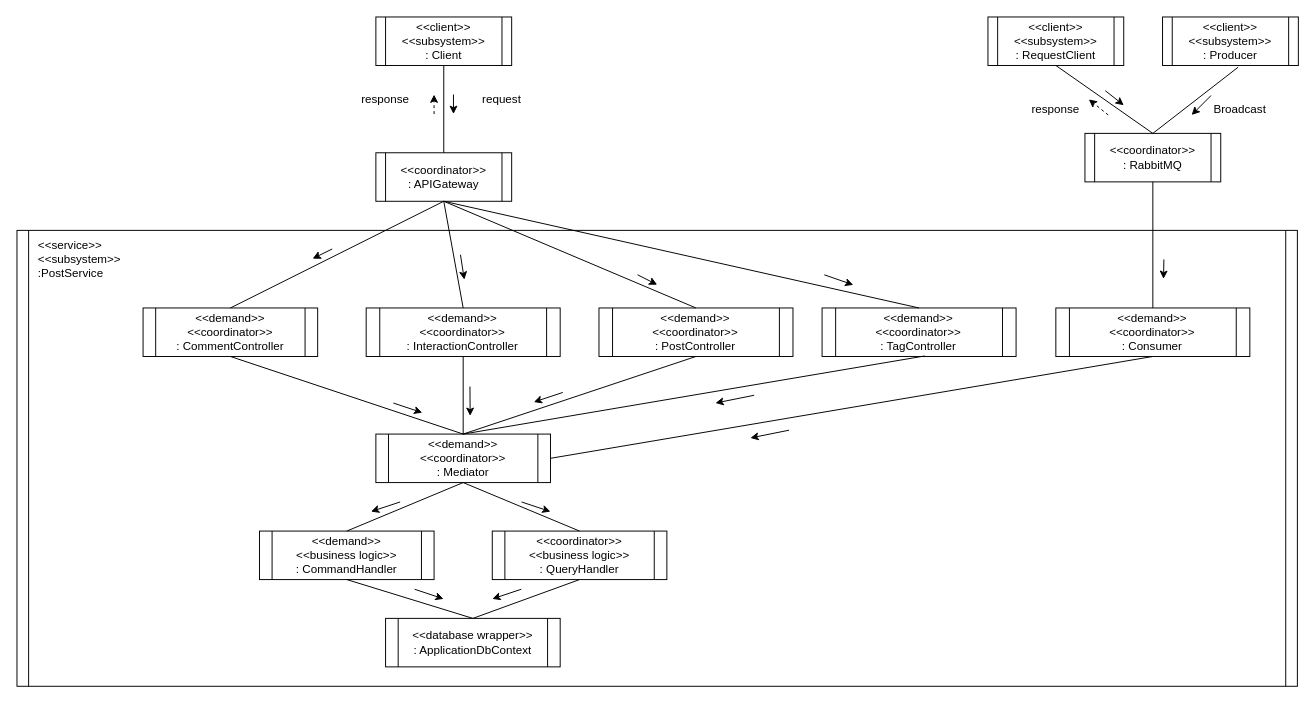
The draw.io diagram docs/Subsystem Diagram/Post.subsystem.drawio in Carl-Johnsons/Chat-Application, before the edit. Source tidied: cells renumbered, new cells numbered last; positions are measured from the earlier drawing's top-left corner, leaving out a move shared by most shapes. Both pictures are drawn from the tidied source at 97%, with x=0, y=0 at pixel (16, 16).
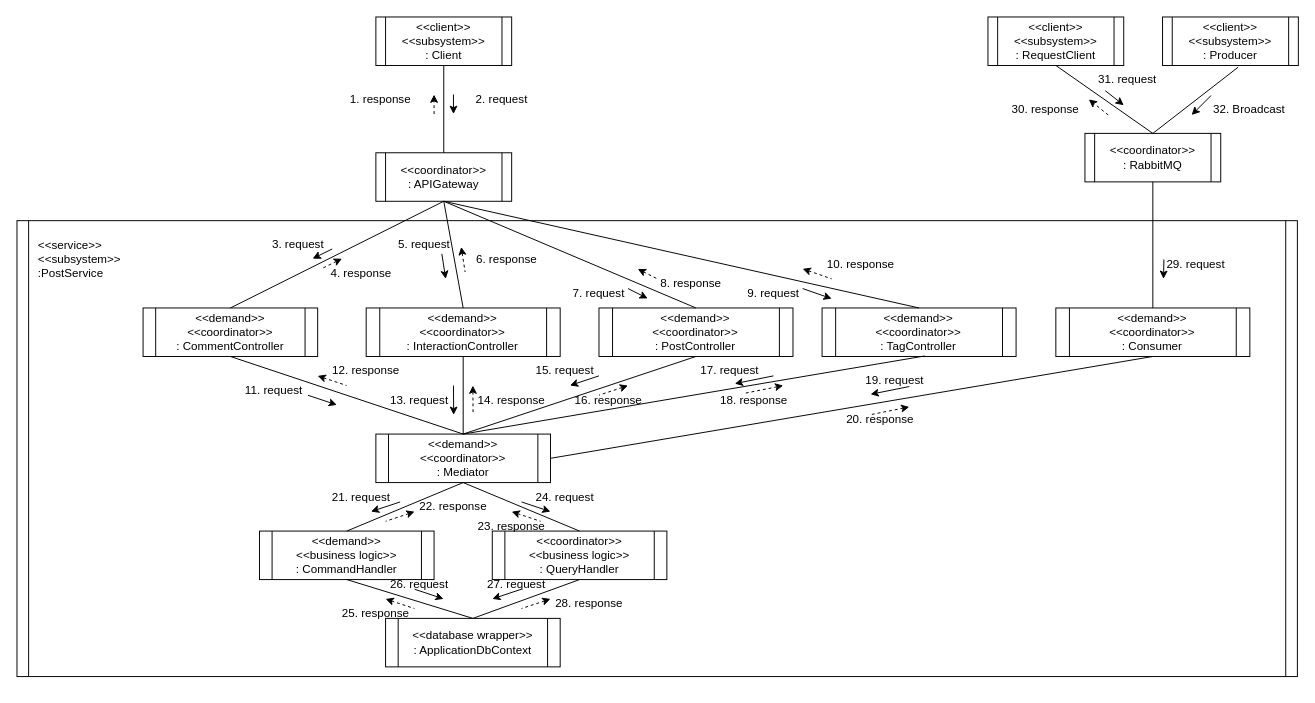
The same page after the edit.

What changed in the source:
```diff
@@
     <mxCell id="2" style="shape=process;whiteSpace=wrap;html=1;backgroundOutline=1;size=0.009009009009009009;" parent="1" vertex="1">
-      <mxGeometry y="220" width="1320" height="470" as="geometry" />
+      <mxGeometry y="210" width="1320" height="470" as="geometry" />
     </mxCell>
@@
-    <mxCell id="26" value="request" style="text;html=1;strokeColor=none;fillColor=none;align=center;verticalAlign=middle;whiteSpace=wrap;rounded=0;" parent="1" vertex="1">
+    <mxCell id="26" value="2. request" style="text;html=1;strokeColor=none;fillColor=none;align=center;verticalAlign=middle;whiteSpace=wrap;rounded=0;" parent="1" vertex="1">
       <mxGeometry x="470" y="70" width="60" height="30" as="geometry" />
     </mxCell>
-    <mxCell id="27" value="response" style="text;html=1;strokeColor=none;fillColor=none;align=center;verticalAlign=middle;whiteSpace=wrap;rounded=0;" parent="1" vertex="1">
-      <mxGeometry x="350" y="70" width="60" height="30" as="geometry" />
+    <mxCell id="27" value="1. response" style="text;html=1;strokeColor=none;fillColor=none;align=center;verticalAlign=middle;whiteSpace=wrap;rounded=0;" parent="1" vertex="1">
+      <mxGeometry x="340" y="70" width="70" height="30" as="geometry" />
     </mxCell>
@@
-    <mxCell id="29" style="endArrow=classic;html=1;exitX=0.375;exitY=0.043;exitDx=0;exitDy=0;exitPerimeter=0;entryX=0.523;entryY=0.106;entryDx=0;entryDy=0;entryPerimeter=0;" parent="1" edge="1">
+    <mxCell id="29" style="endArrow=none;html=1;exitX=0.375;exitY=0.043;exitDx=0;exitDy=0;exitPerimeter=0;entryX=0.523;entryY=0.106;entryDx=0;entryDy=0;entryPerimeter=0;startArrow=classic;startFill=1;endFill=0;dashed=1;" parent="1" edge="1">
       <mxGeometry relative="1" as="geometry">
-        <mxPoint x="457.2" y="245.1" as="sourcePoint" />
-        <mxPoint x="461.2" y="270.8" as="targetPoint" />
+        <mxPoint x="458" y="237.1" as="sourcePoint" />
+        <mxPoint x="462" y="262.9" as="targetPoint" />
       </mxGeometry>
     </mxCell>
     <mxCell id="30" style="endArrow=classic;html=1;exitX=0.727;exitY=0.106;exitDx=0;exitDy=0;exitPerimeter=0;" parent="1" edge="1">
       <mxGeometry relative="1" as="geometry">
-        <mxPoint x="639.8" y="265.8" as="sourcePoint" />
-        <mxPoint x="660" y="276" as="targetPoint" />
+        <mxPoint x="630" y="280" as="sourcePoint" />
+        <mxPoint x="650.2" y="290.2" as="targetPoint" />
       </mxGeometry>
     </mxCell>
     <mxCell id="31" style="endArrow=classic;html=1;exitX=0.636;exitY=0.362;exitDx=0;exitDy=0;exitPerimeter=0;entryX=0.602;entryY=0.383;entryDx=0;entryDy=0;entryPerimeter=0;" parent="1" edge="1">
       <mxGeometry relative="1" as="geometry">
-        <mxPoint x="562.7" y="387.1" as="sourcePoint" />
-        <mxPoint x="532.8" y="397" as="targetPoint" />
+        <mxPoint x="600" y="370" as="sourcePoint" />
+        <mxPoint x="570.1" y="379.9" as="targetPoint" />
       </mxGeometry>
     </mxCell>
     <mxCell id="32" style="endArrow=classic;html=1;exitX=0.636;exitY=0.362;exitDx=0;exitDy=0;exitPerimeter=0;entryX=0.54;entryY=0.426;entryDx=0;entryDy=0;entryPerimeter=0;" parent="1" edge="1">
       <mxGeometry relative="1" as="geometry">
-        <mxPoint x="467" y="381" as="sourcePoint" />
-        <mxPoint x="467.2" y="411.2" as="targetPoint" />
+        <mxPoint x="450" y="380" as="sourcePoint" />
+        <mxPoint x="450.2" y="410.2" as="targetPoint" />
       </mxGeometry>
     </mxCell>
     <mxCell id="33" style="endArrow=classic;html=1;entryX=0.477;entryY=0.404;entryDx=0;entryDy=0;entryPerimeter=0;" parent="1" edge="1">
       <mxGeometry relative="1" as="geometry">
-        <mxPoint x="388" y="398" as="sourcePoint" />
-        <mxPoint x="417.8" y="407.9" as="targetPoint" />
+        <mxPoint x="300" y="390" as="sourcePoint" />
+        <mxPoint x="329.8" y="399.9" as="targetPoint" />
       </mxGeometry>
     </mxCell>
@@
     <mxCell id="40" style="endArrow=classic;html=1;exitX=0.776;exitY=0.106;exitDx=0;exitDy=0;exitPerimeter=0;" parent="1" edge="1">
       <mxGeometry relative="1" as="geometry">
-        <mxPoint x="832.3" y="265.8" as="sourcePoint" />
-        <mxPoint x="862.2" y="276.2" as="targetPoint" />
+        <mxPoint x="810" y="280" as="sourcePoint" />
+        <mxPoint x="839.9" y="290.4" as="targetPoint" />
       </mxGeometry>
     </mxCell>
@@
     <mxCell id="42" style="endArrow=classic;html=1;entryX=0.673;entryY=0.383;entryDx=0;entryDy=0;entryPerimeter=0;" parent="1" edge="1">
       <mxGeometry relative="1" as="geometry">
-        <mxPoint x="760" y="390" as="sourcePoint" />
-        <mxPoint x="720.1" y="398" as="targetPoint" />
+        <mxPoint x="779.9" y="370" as="sourcePoint" />
+        <mxPoint x="740" y="378" as="targetPoint" />
       </mxGeometry>
     </mxCell>
@@
-    <mxCell id="47" value="response" style="text;html=1;strokeColor=none;fillColor=none;align=center;verticalAlign=middle;whiteSpace=wrap;rounded=0;" parent="1" vertex="1">
-      <mxGeometry x="1041" y="80" width="60" height="30" as="geometry" />
+    <mxCell id="47" value="30. response" style="text;html=1;strokeColor=none;fillColor=none;align=center;verticalAlign=middle;whiteSpace=wrap;rounded=0;" parent="1" vertex="1">
+      <mxGeometry x="1020" y="80" width="81" height="30" as="geometry" />
     </mxCell>
-    <mxCell id="48" value="Broadcast" style="text;html=1;strokeColor=none;fillColor=none;align=center;verticalAlign=middle;whiteSpace=wrap;rounded=0;" parent="1" vertex="1">
-      <mxGeometry x="1231" y="80" width="60" height="30" as="geometry" />
+    <mxCell id="48" value="32. Broadcast" style="text;html=1;strokeColor=none;fillColor=none;align=center;verticalAlign=middle;whiteSpace=wrap;rounded=0;" parent="1" vertex="1">
+      <mxGeometry x="1231" y="80" width="79" height="30" as="geometry" />
     </mxCell>
@@
     <mxCell id="57" style="endArrow=classic;html=1;entryX=0.673;entryY=0.383;entryDx=0;entryDy=0;entryPerimeter=0;" parent="1" edge="1">
       <mxGeometry relative="1" as="geometry">
-        <mxPoint x="796" y="426" as="sourcePoint" />
-        <mxPoint x="756.1" y="434" as="targetPoint" />
+        <mxPoint x="919.9" y="381" as="sourcePoint" />
+        <mxPoint x="880" y="389" as="targetPoint" />
       </mxGeometry>
     </mxCell>
+    <mxCell id="58" style="endArrow=none;html=1;exitX=0.375;exitY=0.043;exitDx=0;exitDy=0;exitPerimeter=0;entryX=0.352;entryY=0.064;entryDx=0;entryDy=0;entryPerimeter=0;startArrow=classic;startFill=1;endFill=0;dashed=1;" parent="1" edge="1">
+      <mxGeometry relative="1" as="geometry">
+        <mxPoint x="335" y="249.2" as="sourcePoint" />
+        <mxPoint x="314.8" y="259.1" as="targetPoint" />
+      </mxGeometry>
+    </mxCell>
+    <mxCell id="59" style="endArrow=classic;html=1;exitX=0.375;exitY=0.043;exitDx=0;exitDy=0;exitPerimeter=0;entryX=0.523;entryY=0.106;entryDx=0;entryDy=0;entryPerimeter=0;" parent="1" edge="1">
+      <mxGeometry relative="1" as="geometry">
+        <mxPoint x="438" y="244.2" as="sourcePoint" />
+        <mxPoint x="442" y="270" as="targetPoint" />
+      </mxGeometry>
+    </mxCell>
+    <mxCell id="60" style="endArrow=none;html=1;exitX=0.727;exitY=0.106;exitDx=0;exitDy=0;exitPerimeter=0;startArrow=classic;startFill=1;endFill=0;dashed=1;" parent="1" edge="1">
+      <mxGeometry relative="1" as="geometry">
+        <mxPoint x="640" y="259.8" as="sourcePoint" />
+        <mxPoint x="660.2" y="270" as="targetPoint" />
+      </mxGeometry>
+    </mxCell>
+    <mxCell id="61" style="endArrow=none;html=1;exitX=0.776;exitY=0.106;exitDx=0;exitDy=0;exitPerimeter=0;dashed=1;endFill=0;startArrow=classic;startFill=1;" parent="1" edge="1">
+      <mxGeometry relative="1" as="geometry">
+        <mxPoint x="810" y="259.6" as="sourcePoint" />
+        <mxPoint x="839.9" y="270" as="targetPoint" />
+      </mxGeometry>
+    </mxCell>
+    <mxCell id="62" style="endArrow=none;html=1;entryX=0.477;entryY=0.404;entryDx=0;entryDy=0;entryPerimeter=0;startArrow=classic;startFill=1;endFill=0;dashed=1;" parent="1" edge="1">
+      <mxGeometry relative="1" as="geometry">
+        <mxPoint x="310" y="370" as="sourcePoint" />
+        <mxPoint x="339.8" y="379.9" as="targetPoint" />
+      </mxGeometry>
+    </mxCell>
+    <mxCell id="63" style="endArrow=none;html=1;exitX=0.636;exitY=0.362;exitDx=0;exitDy=0;exitPerimeter=0;entryX=0.54;entryY=0.426;entryDx=0;entryDy=0;entryPerimeter=0;startArrow=classic;startFill=1;endFill=0;dashed=1;" parent="1" edge="1">
+      <mxGeometry relative="1" as="geometry">
+        <mxPoint x="470" y="380" as="sourcePoint" />
+        <mxPoint x="470.2" y="410.2" as="targetPoint" />
+      </mxGeometry>
+    </mxCell>
+    <mxCell id="64" style="endArrow=none;html=1;exitX=0.636;exitY=0.362;exitDx=0;exitDy=0;exitPerimeter=0;entryX=0.602;entryY=0.383;entryDx=0;entryDy=0;entryPerimeter=0;dashed=1;endFill=0;startArrow=classic;startFill=1;" parent="1" edge="1">
+      <mxGeometry relative="1" as="geometry">
+        <mxPoint x="629.9" y="380" as="sourcePoint" />
+        <mxPoint x="600" y="389.9" as="targetPoint" />
+      </mxGeometry>
+    </mxCell>
+    <mxCell id="65" style="endArrow=none;html=1;entryX=0.673;entryY=0.383;entryDx=0;entryDy=0;entryPerimeter=0;startArrow=classic;startFill=1;endFill=0;dashed=1;" parent="1" edge="1">
+      <mxGeometry relative="1" as="geometry">
+        <mxPoint x="789.9" y="380" as="sourcePoint" />
+        <mxPoint x="750" y="388" as="targetPoint" />
+      </mxGeometry>
+    </mxCell>
+    <mxCell id="66" style="endArrow=none;html=1;entryX=0.673;entryY=0.383;entryDx=0;entryDy=0;entryPerimeter=0;endFill=0;startArrow=classic;startFill=1;dashed=1;" parent="1" edge="1">
+      <mxGeometry relative="1" as="geometry">
+        <mxPoint x="919.9" y="402" as="sourcePoint" />
+        <mxPoint x="880" y="410" as="targetPoint" />
+      </mxGeometry>
+    </mxCell>
+    <mxCell id="67" style="endArrow=none;html=1;exitX=0.636;exitY=0.362;exitDx=0;exitDy=0;exitPerimeter=0;entryX=0.602;entryY=0.383;entryDx=0;entryDy=0;entryPerimeter=0;startArrow=classic;startFill=1;endFill=0;dashed=1;" parent="1" edge="1">
+      <mxGeometry relative="1" as="geometry">
+        <mxPoint x="409.9" y="510" as="sourcePoint" />
+        <mxPoint x="380" y="519.9" as="targetPoint" />
+      </mxGeometry>
+    </mxCell>
+    <mxCell id="68" style="endArrow=none;html=1;entryX=0.477;entryY=0.404;entryDx=0;entryDy=0;entryPerimeter=0;endFill=0;dashed=1;startArrow=classic;startFill=1;" parent="1" edge="1">
+      <mxGeometry relative="1" as="geometry">
+        <mxPoint x="510" y="510" as="sourcePoint" />
+        <mxPoint x="539.8" y="519.9" as="targetPoint" />
+      </mxGeometry>
+    </mxCell>
+    <mxCell id="69" style="endArrow=none;html=1;entryX=0.477;entryY=0.404;entryDx=0;entryDy=0;entryPerimeter=0;startArrow=classic;startFill=1;endFill=0;dashed=1;" parent="1" edge="1">
+      <mxGeometry relative="1" as="geometry">
+        <mxPoint x="380" y="600" as="sourcePoint" />
+        <mxPoint x="409.8" y="609.9" as="targetPoint" />
+      </mxGeometry>
+    </mxCell>
+    <mxCell id="70" style="endArrow=none;html=1;exitX=0.636;exitY=0.362;exitDx=0;exitDy=0;exitPerimeter=0;entryX=0.602;entryY=0.383;entryDx=0;entryDy=0;entryPerimeter=0;startArrow=classic;startFill=1;endFill=0;dashed=1;" parent="1" edge="1">
+      <mxGeometry relative="1" as="geometry">
+        <mxPoint x="550" y="600" as="sourcePoint" />
+        <mxPoint x="520.1" y="609.9" as="targetPoint" />
+      </mxGeometry>
+    </mxCell>
+    <mxCell id="71" value="3. request" style="text;html=1;strokeColor=none;fillColor=none;align=center;verticalAlign=middle;whiteSpace=wrap;rounded=0;" parent="1" vertex="1">
+      <mxGeometry x="260" y="220" width="60" height="30" as="geometry" />
+    </mxCell>
+    <mxCell id="72" value="5. request" style="text;html=1;strokeColor=none;fillColor=none;align=center;verticalAlign=middle;whiteSpace=wrap;rounded=0;" parent="1" vertex="1">
+      <mxGeometry x="390" y="220" width="60" height="30" as="geometry" />
+    </mxCell>
+    <mxCell id="73" value="7. request" style="text;html=1;strokeColor=none;fillColor=none;align=center;verticalAlign=middle;whiteSpace=wrap;rounded=0;" parent="1" vertex="1">
+      <mxGeometry x="570" y="270" width="60" height="30" as="geometry" />
+    </mxCell>
+    <mxCell id="74" value="9. request" style="text;html=1;strokeColor=none;fillColor=none;align=center;verticalAlign=middle;whiteSpace=wrap;rounded=0;" parent="1" vertex="1">
+      <mxGeometry x="750" y="270" width="60" height="30" as="geometry" />
+    </mxCell>
+    <mxCell id="75" value="11. request" style="text;html=1;strokeColor=none;fillColor=none;align=center;verticalAlign=middle;whiteSpace=wrap;rounded=0;" parent="1" vertex="1">
+      <mxGeometry x="230" y="370" width="70" height="30" as="geometry" />
+    </mxCell>
+    <mxCell id="76" value="13. request" style="text;html=1;strokeColor=none;fillColor=none;align=center;verticalAlign=middle;whiteSpace=wrap;rounded=0;" parent="1" vertex="1">
+      <mxGeometry x="380" y="380" width="70" height="30" as="geometry" />
+    </mxCell>
+    <mxCell id="77" value="15. request" style="text;html=1;strokeColor=none;fillColor=none;align=center;verticalAlign=middle;whiteSpace=wrap;rounded=0;" parent="1" vertex="1">
+      <mxGeometry x="530" y="350" width="70" height="30" as="geometry" />
+    </mxCell>
+    <mxCell id="78" value="17. request" style="text;html=1;strokeColor=none;fillColor=none;align=center;verticalAlign=middle;whiteSpace=wrap;rounded=0;" parent="1" vertex="1">
+      <mxGeometry x="700" y="350" width="70" height="30" as="geometry" />
+    </mxCell>
+    <mxCell id="79" value="19. request" style="text;html=1;strokeColor=none;fillColor=none;align=center;verticalAlign=middle;whiteSpace=wrap;rounded=0;" parent="1" vertex="1">
+      <mxGeometry x="870" y="360" width="70" height="30" as="geometry" />
+    </mxCell>
+    <mxCell id="80" value="21. request" style="text;html=1;strokeColor=none;fillColor=none;align=center;verticalAlign=middle;whiteSpace=wrap;rounded=0;" parent="1" vertex="1">
+      <mxGeometry x="320" y="480" width="70" height="30" as="geometry" />
+    </mxCell>
+    <mxCell id="81" value="24. request" style="text;html=1;strokeColor=none;fillColor=none;align=center;verticalAlign=middle;whiteSpace=wrap;rounded=0;" parent="1" vertex="1">
+      <mxGeometry x="530" y="480" width="70" height="30" as="geometry" />
+    </mxCell>
+    <mxCell id="82" value="26. request" style="text;html=1;strokeColor=none;fillColor=none;align=center;verticalAlign=middle;whiteSpace=wrap;rounded=0;" parent="1" vertex="1">
+      <mxGeometry x="380" y="570" width="70" height="30" as="geometry" />
+    </mxCell>
+    <mxCell id="83" value="27. request" style="text;html=1;strokeColor=none;fillColor=none;align=center;verticalAlign=middle;whiteSpace=wrap;rounded=0;" parent="1" vertex="1">
+      <mxGeometry x="480" y="570" width="70" height="30" as="geometry" />
+    </mxCell>
+    <mxCell id="84" value="29. request" style="text;html=1;strokeColor=none;fillColor=none;align=center;verticalAlign=middle;whiteSpace=wrap;rounded=0;" parent="1" vertex="1">
+      <mxGeometry x="1181" y="240" width="69" height="30" as="geometry" />
+    </mxCell>
+    <mxCell id="85" value="31. request" style="text;html=1;strokeColor=none;fillColor=none;align=center;verticalAlign=middle;whiteSpace=wrap;rounded=0;" parent="1" vertex="1">
+      <mxGeometry x="1110" y="50" width="70" height="30" as="geometry" />
+    </mxCell>
+    <mxCell id="86" value="4. response" style="text;html=1;strokeColor=none;fillColor=none;align=center;verticalAlign=middle;whiteSpace=wrap;rounded=0;" parent="1" vertex="1">
+      <mxGeometry x="320" y="250" width="70" height="30" as="geometry" />
+    </mxCell>
+    <mxCell id="87" value="6. response" style="text;html=1;strokeColor=none;fillColor=none;align=center;verticalAlign=middle;whiteSpace=wrap;rounded=0;" parent="1" vertex="1">
+      <mxGeometry x="470" y="235" width="70" height="30" as="geometry" />
+    </mxCell>
+    <mxCell id="88" value="8. response" style="text;html=1;strokeColor=none;fillColor=none;align=center;verticalAlign=middle;whiteSpace=wrap;rounded=0;" parent="1" vertex="1">
+      <mxGeometry x="660" y="260" width="70" height="30" as="geometry" />
+    </mxCell>
+    <mxCell id="89" value="10. response" style="text;html=1;strokeColor=none;fillColor=none;align=center;verticalAlign=middle;whiteSpace=wrap;rounded=0;" parent="1" vertex="1">
+      <mxGeometry x="830" y="240" width="80" height="30" as="geometry" />
+    </mxCell>
+    <mxCell id="90" value="12. response" style="text;html=1;strokeColor=none;fillColor=none;align=center;verticalAlign=middle;whiteSpace=wrap;rounded=0;" parent="1" vertex="1">
+      <mxGeometry x="320" y="350" width="80" height="30" as="geometry" />
+    </mxCell>
+    <mxCell id="91" value="14. response" style="text;html=1;strokeColor=none;fillColor=none;align=center;verticalAlign=middle;whiteSpace=wrap;rounded=0;" parent="1" vertex="1">
+      <mxGeometry x="470" y="380" width="80" height="30" as="geometry" />
+    </mxCell>
+    <mxCell id="92" value="16. response" style="text;html=1;strokeColor=none;fillColor=none;align=center;verticalAlign=middle;whiteSpace=wrap;rounded=0;" parent="1" vertex="1">
+      <mxGeometry x="570" y="380" width="80" height="30" as="geometry" />
+    </mxCell>
+    <mxCell id="93" value="18. response" style="text;html=1;strokeColor=none;fillColor=none;align=center;verticalAlign=middle;whiteSpace=wrap;rounded=0;" parent="1" vertex="1">
+      <mxGeometry x="720" y="380" width="80" height="30" as="geometry" />
+    </mxCell>
+    <mxCell id="94" value="20. response" style="text;html=1;strokeColor=none;fillColor=none;align=center;verticalAlign=middle;whiteSpace=wrap;rounded=0;" parent="1" vertex="1">
+      <mxGeometry x="850" y="400" width="80" height="30" as="geometry" />
+    </mxCell>
+    <mxCell id="95" value="22. response" style="text;html=1;strokeColor=none;fillColor=none;align=center;verticalAlign=middle;whiteSpace=wrap;rounded=0;" parent="1" vertex="1">
+      <mxGeometry x="410" y="490" width="80" height="30" as="geometry" />
+    </mxCell>
+    <mxCell id="96" value="23. response" style="text;html=1;strokeColor=none;fillColor=none;align=center;verticalAlign=middle;whiteSpace=wrap;rounded=0;" parent="1" vertex="1">
+      <mxGeometry x="470" y="510" width="80" height="30" as="geometry" />
+    </mxCell>
+    <mxCell id="97" value="25. response" style="text;html=1;strokeColor=none;fillColor=none;align=center;verticalAlign=middle;whiteSpace=wrap;rounded=0;" parent="1" vertex="1">
+      <mxGeometry x="330" y="600" width="80" height="30" as="geometry" />
+    </mxCell>
+    <mxCell id="98" value="28. response" style="text;html=1;strokeColor=none;fillColor=none;align=center;verticalAlign=middle;whiteSpace=wrap;rounded=0;" parent="1" vertex="1">
+      <mxGeometry x="550" y="590" width="80" height="30" as="geometry" />
+    </mxCell>
```
